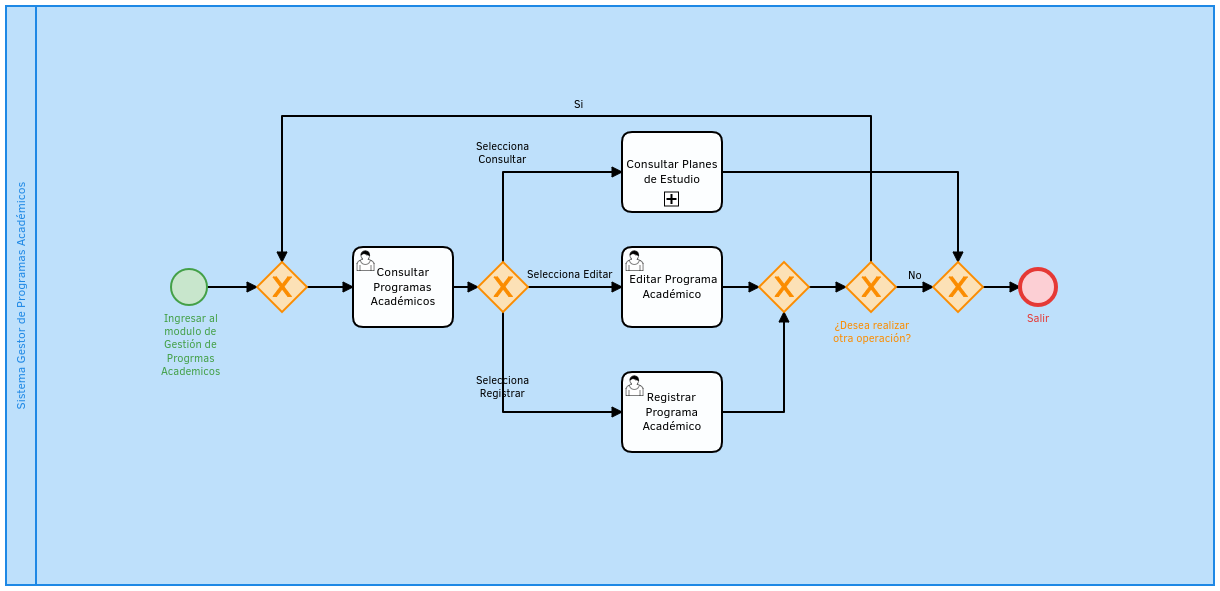
Before: Manual de Usuario/Jefe de Innovación Educatva/images/SP3/gestionPA.png, a diagram exported from BPMN (SoftwareEngineerESCOM/IngSof). Its source is kept beside it as Manual de Usuario/Jefe de Innovación Educatva/images/SP3/gestionPA.bpmn. Ids are renumbered.
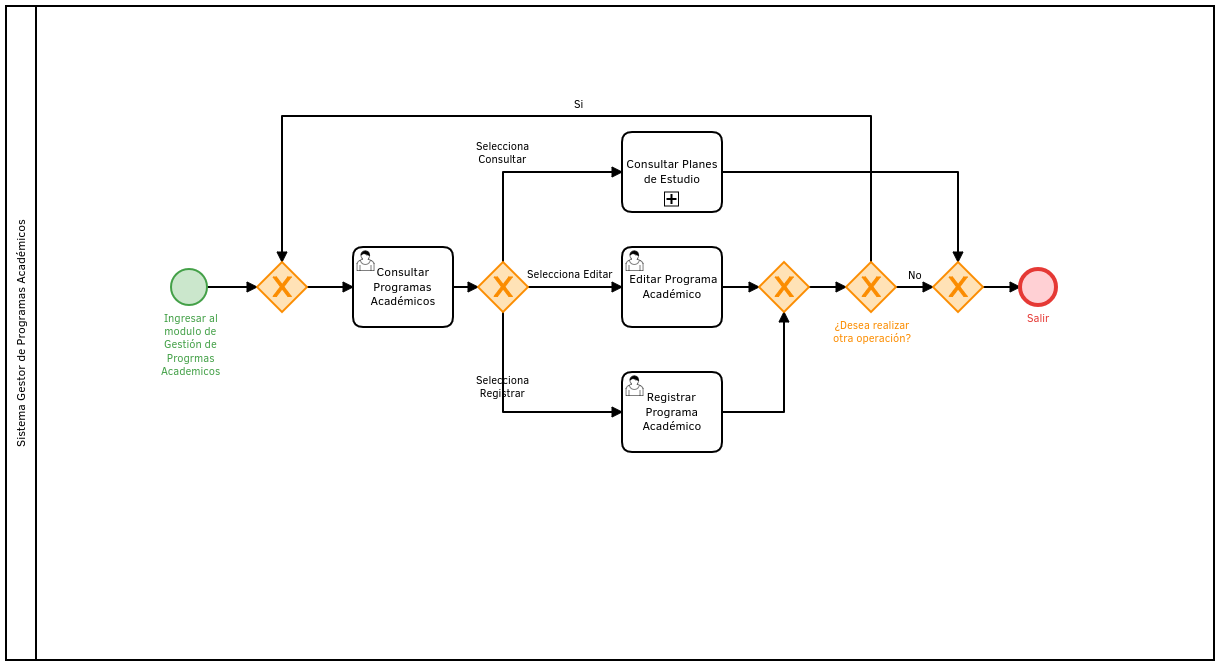
After the commit.

The edit, as a diff of the source:
```diff
@@ -3,24 +3,54 @@
     <bpmn:participant id="Participant_n3" name="Sistema Gestor de Programas Académicos" processRef="Process_1" />
   </bpmn:collaboration>
   <bpmn:process id="Process_1" isExecutable="true">
-    <bpmn:startEvent id="StartEvent_1" name="Ingresar al modulo de Gestión de Progrmas Academicos">
-      <bpmn:outgoing>SequenceFlow_n4</bpmn:outgoing>
-    </bpmn:startEvent>
+    <bpmn:exclusiveGateway id="ExclusiveGateway_n26">
+      <bpmn:incoming>SequenceFlow_n19</bpmn:incoming>
+      <bpmn:incoming>SequenceFlow_n21</bpmn:incoming>
+      <bpmn:outgoing>SequenceFlow_n23</bpmn:outgoing>
+    </bpmn:exclusiveGateway>
+    <bpmn:exclusiveGateway id="ExclusiveGateway_n25">
+      <bpmn:incoming>SequenceFlow_n20</bpmn:incoming>
+      <bpmn:incoming>SequenceFlow_n24</bpmn:incoming>
+      <bpmn:outgoing>SequenceFlow_n18</bpmn:outgoing>
+    </bpmn:exclusiveGateway>
+    <bpmn:userTask id="Task_n15" name=" Editar Programa Académico">
+      <bpmn:incoming>SequenceFlow_n10</bpmn:incoming>
+      <bpmn:outgoing>SequenceFlow_n24</bpmn:outgoing>
+    </bpmn:userTask>
+    <bpmn:endEvent id="EndEvent_n22" name="Salir">
+      <bpmn:incoming>SequenceFlow_n23</bpmn:incoming>
+    </bpmn:endEvent>
+    <bpmn:subProcess id="Task_n16" name="Consultar Planes de Estudio">
+      <bpmn:incoming>SequenceFlow_n9</bpmn:incoming>
+      <bpmn:outgoing>SequenceFlow_n21</bpmn:outgoing>
+    </bpmn:subProcess>
+    <bpmn:userTask id="Task_n14" name="Registrar Programa Académico">
+      <bpmn:incoming>SequenceFlow_n11</bpmn:incoming>
+      <bpmn:outgoing>SequenceFlow_n20</bpmn:outgoing>
+    </bpmn:userTask>
+    <bpmn:exclusiveGateway id="ExclusiveGateway_n17" name="¿Desea realizar&#10;otra operación?">
+      <bpmn:incoming>SequenceFlow_n18</bpmn:incoming>
+      <bpmn:outgoing>SequenceFlow_n13</bpmn:outgoing>
+      <bpmn:outgoing>SequenceFlow_n19</bpmn:outgoing>
+    </bpmn:exclusiveGateway>
+    <bpmn:exclusiveGateway id="ExclusiveGateway_n12">
+      <bpmn:incoming>SequenceFlow_n4</bpmn:incoming>
+      <bpmn:incoming>SequenceFlow_n13</bpmn:incoming>
+      <bpmn:outgoing>SequenceFlow_n6</bpmn:outgoing>
+    </bpmn:exclusiveGateway>
+    <bpmn:exclusiveGateway id="ExclusiveGateway_n8">
+      <bpmn:incoming>SequenceFlow_n7</bpmn:incoming>
+      <bpmn:outgoing>SequenceFlow_n11</bpmn:outgoing>
+      <bpmn:outgoing>SequenceFlow_n10</bpmn:outgoing>
+      <bpmn:outgoing>SequenceFlow_n9</bpmn:outgoing>
+    </bpmn:exclusiveGateway>
     <bpmn:userTask id="Task_n5" name="Consultar&#10;Programas Académicos">
       <bpmn:incoming>SequenceFlow_n6</bpmn:incoming>
       <bpmn:outgoing>SequenceFlow_n7</bpmn:outgoing>
     </bpmn:userTask>
-    <bpmn:exclusiveGateway id="ExclusiveGateway_n8">
-      <bpmn:incoming>SequenceFlow_n7</bpmn:incoming>
-      <bpmn:outgoing>SequenceFlow_n9</bpmn:outgoing>
-      <bpmn:outgoing>SequenceFlow_n10</bpmn:outgoing>
-      <bpmn:outgoing>SequenceFlow_n11</bpmn:outgoing>
-    </bpmn:exclusiveGateway>
-    <bpmn:exclusiveGateway id="ExclusiveGateway_n12">
-      <bpmn:incoming>SequenceFlow_n13</bpmn:incoming>
-      <bpmn:incoming>SequenceFlow_n4</bpmn:incoming>
-      <bpmn:outgoing>SequenceFlow_n6</bpmn:outgoing>
-    </bpmn:exclusiveGateway>
+    <bpmn:startEvent id="StartEvent_1" name="Ingresar al modulo de Gestión de Progrmas Academicos">
+      <bpmn:outgoing>SequenceFlow_n4</bpmn:outgoing>
+    </bpmn:startEvent>
     <bpmn:sequenceFlow id="SequenceFlow_n6" sourceRef="ExclusiveGateway_n12" targetRef="Task_n5" />
     <bpmn:sequenceFlow id="SequenceFlow_n7" sourceRef="Task_n5" targetRef="ExclusiveGateway_n8" />
     <bpmn:sequenceFlow id="SequenceFlow_n11" name="Selecciona Registrar" sourceRef="ExclusiveGateway_n8" targetRef="Task_n14" />
@@ -28,36 +58,6 @@
     <bpmn:sequenceFlow id="SequenceFlow_n9" name="Selecciona Consultar" sourceRef="ExclusiveGateway_n8" targetRef="Task_n16" />
     <bpmn:sequenceFlow id="SequenceFlow_n4" sourceRef="StartEvent_1" targetRef="ExclusiveGateway_n12" />
     <bpmn:sequenceFlow id="SequenceFlow_n13" name="Si" sourceRef="ExclusiveGateway_n17" targetRef="ExclusiveGateway_n12" />
-    <bpmn:exclusiveGateway id="ExclusiveGateway_n17" name="¿Desea realizar&#10;otra operación?">
-      <bpmn:incoming>SequenceFlow_n18</bpmn:incoming>
-      <bpmn:outgoing>SequenceFlow_n13</bpmn:outgoing>
-      <bpmn:outgoing>SequenceFlow_n19</bpmn:outgoing>
-    </bpmn:exclusiveGateway>
-    <bpmn:userTask id="Task_n14" name="Registrar Programa Académico">
-      <bpmn:incoming>SequenceFlow_n11</bpmn:incoming>
-      <bpmn:outgoing>SequenceFlow_n20</bpmn:outgoing>
-    </bpmn:userTask>
-    <bpmn:subProcess id="Task_n16" name="Consultar Planes de Estudio">
-      <bpmn:incoming>SequenceFlow_n9</bpmn:incoming>
-      <bpmn:outgoing>SequenceFlow_n21</bpmn:outgoing>
-    </bpmn:subProcess>
-    <bpmn:endEvent id="EndEvent_n22" name="Salir">
-      <bpmn:incoming>SequenceFlow_n23</bpmn:incoming>
-    </bpmn:endEvent>
-    <bpmn:userTask id="Task_n15" name=" Editar Programa Académico">
-      <bpmn:incoming>SequenceFlow_n10</bpmn:incoming>
-      <bpmn:outgoing>SequenceFlow_n24</bpmn:outgoing>
-    </bpmn:userTask>
-    <bpmn:exclusiveGateway id="ExclusiveGateway_n25">
-      <bpmn:incoming>SequenceFlow_n24</bpmn:incoming>
-      <bpmn:incoming>SequenceFlow_n20</bpmn:incoming>
-      <bpmn:outgoing>SequenceFlow_n18</bpmn:outgoing>
-    </bpmn:exclusiveGateway>
-    <bpmn:exclusiveGateway id="ExclusiveGateway_n26">
-      <bpmn:incoming>SequenceFlow_n19</bpmn:incoming>
-      <bpmn:incoming>SequenceFlow_n21</bpmn:incoming>
-      <bpmn:outgoing>SequenceFlow_n23</bpmn:outgoing>
-    </bpmn:exclusiveGateway>
     <bpmn:sequenceFlow id="SequenceFlow_n18" sourceRef="ExclusiveGateway_n25" targetRef="ExclusiveGateway_n17" />
     <bpmn:sequenceFlow id="SequenceFlow_n19" name="No" sourceRef="ExclusiveGateway_n17" targetRef="ExclusiveGateway_n26" />
     <bpmn:sequenceFlow id="SequenceFlow_n20" sourceRef="Task_n14" targetRef="ExclusiveGateway_n25" />
@@ -67,28 +67,26 @@
   </bpmn:process>
   <bpmndi:BPMNDiagram id="BPMNDiagram_1">
     <bpmndi:BPMNPlane id="BPMNPlane_1" bpmnElement="Collaboration_n2">
-      <bpmndi:BPMNShape id="Participant_n3_di" bpmnElement="Participant_n3" bioc:stroke="#1E88E5" bioc:fill="#BBDEFB">
-        <dc:Bounds x="106" y="-156" width="1208" height="579" />
+      <bpmndi:BPMNShape id="Participant_n3_di" bpmnElement="Participant_n3">
+        <dc:Bounds x="106" y="-156" width="1208" height="654" />
       </bpmndi:BPMNShape>
-      <bpmndi:BPMNShape id="_BPMNShape_StartEvent_2" bpmnElement="StartEvent_1" bioc:stroke="#43A047" bioc:fill="#C8E6C9">
-        <dc:Bounds x="271" y="107" width="36" height="36" />
-        <bpmndi:BPMNLabel>
-          <dc:Bounds x="261" y="150" width="59" height="66" />
-        </bpmndi:BPMNLabel>
+      <bpmndi:BPMNShape id="ExclusiveGateway_0mjspwx_di" bpmnElement="ExclusiveGateway_n26" isMarkerVisible="true" bioc:stroke="#FB8C00" bioc:fill="#FFE0B2">
+        <dc:Bounds x="1033" y="100" width="50" height="50" />
       </bpmndi:BPMNShape>
-      <bpmndi:BPMNEdge id="SequenceFlow_n9_di" bpmnElement="SequenceFlow_n9">
-        <di:waypoint x="603" y="100" />
-        <di:waypoint x="603" y="10" />
-        <di:waypoint x="722" y="10" />
-        <bpmndi:BPMNLabel>
-          <dc:Bounds x="576" y="-21.999999999999943" width="54" height="27" />
-        </bpmndi:BPMNLabel>
-      </bpmndi:BPMNEdge>
-      <bpmndi:BPMNShape id="UserTask_1a315aq_di" bpmnElement="Task_n5">
-        <dc:Bounds x="453" y="85" width="100" height="80" />
+      <bpmndi:BPMNShape id="ExclusiveGateway_0yk9aiy_di" bpmnElement="ExclusiveGateway_n25" isMarkerVisible="true" bioc:stroke="#FB8C00" bioc:fill="#FFE0B2">
+        <dc:Bounds x="859" y="100" width="50" height="50" />
       </bpmndi:BPMNShape>
       <bpmndi:BPMNShape id="UserTask_0ur3yv6_di" bpmnElement="Task_n15">
         <dc:Bounds x="722" y="85" width="100" height="80" />
+      </bpmndi:BPMNShape>
+      <bpmndi:BPMNShape id="EndEvent_n22_di" bpmnElement="EndEvent_n22" bioc:stroke="#E53935" bioc:fill="#FFCDD2">
+        <dc:Bounds x="1120" y="107" width="36" height="36" />
+        <bpmndi:BPMNLabel>
+          <dc:Bounds x="1127" y="150" width="24" height="14" />
+        </bpmndi:BPMNLabel>
+      </bpmndi:BPMNShape>
+      <bpmndi:BPMNShape id="SubProcess_1g9wywk_di" bpmnElement="Task_n16">
+        <dc:Bounds x="722" y="-30" width="100" height="80" />
       </bpmndi:BPMNShape>
       <bpmndi:BPMNShape id="UserTask_1x11um0_di" bpmnElement="Task_n14">
         <dc:Bounds x="722" y="210" width="100" height="80" />
@@ -99,6 +97,52 @@
           <dc:Bounds x="933" y="157" width="79" height="27" />
         </bpmndi:BPMNLabel>
       </bpmndi:BPMNShape>
+      <bpmndi:BPMNShape id="ExclusiveGateway_1ohlcmb_di" bpmnElement="ExclusiveGateway_n12" isMarkerVisible="true" bioc:stroke="#FB8C00" bioc:fill="#FFE0B2">
+        <dc:Bounds x="357" y="100" width="50" height="50" />
+      </bpmndi:BPMNShape>
+      <bpmndi:BPMNShape id="ExclusiveGateway_1ocyh20_di" bpmnElement="ExclusiveGateway_n8" isMarkerVisible="true" bioc:stroke="#FB8C00" bioc:fill="#FFE0B2">
+        <dc:Bounds x="578" y="100" width="50" height="50" />
+      </bpmndi:BPMNShape>
+      <bpmndi:BPMNShape id="UserTask_1a315aq_di" bpmnElement="Task_n5">
+        <dc:Bounds x="453" y="85" width="100" height="80" />
+      </bpmndi:BPMNShape>
+      <bpmndi:BPMNShape id="_BPMNShape_StartEvent_2" bpmnElement="StartEvent_1" bioc:stroke="#43A047" bioc:fill="#C8E6C9">
+        <dc:Bounds x="271" y="107" width="36" height="36" />
+        <bpmndi:BPMNLabel>
+          <dc:Bounds x="261" y="150" width="59" height="66" />
+        </bpmndi:BPMNLabel>
+      </bpmndi:BPMNShape>
+      <bpmndi:BPMNEdge id="SequenceFlow_n6_di" bpmnElement="SequenceFlow_n6">
+        <di:waypoint x="407" y="125" />
+        <di:waypoint x="453" y="125" />
+      </bpmndi:BPMNEdge>
+      <bpmndi:BPMNEdge id="SequenceFlow_n7_di" bpmnElement="SequenceFlow_n7">
+        <di:waypoint x="553" y="125" />
+        <di:waypoint x="578" y="125" />
+      </bpmndi:BPMNEdge>
+      <bpmndi:BPMNEdge id="SequenceFlow_n11_di" bpmnElement="SequenceFlow_n11">
+        <di:waypoint x="603" y="150" />
+        <di:waypoint x="603" y="250" />
+        <di:waypoint x="722" y="250" />
+        <bpmndi:BPMNLabel>
+          <dc:Bounds x="576" y="212" width="54" height="27" />
+        </bpmndi:BPMNLabel>
+      </bpmndi:BPMNEdge>
+      <bpmndi:BPMNEdge id="SequenceFlow_n10_di" bpmnElement="SequenceFlow_n10">
+        <di:waypoint x="628" y="125" />
+        <di:waypoint x="722" y="125" />
+        <bpmndi:BPMNLabel>
+          <dc:Bounds x="627" y="106" width="87" height="14" />
+        </bpmndi:BPMNLabel>
+      </bpmndi:BPMNEdge>
+      <bpmndi:BPMNEdge id="SequenceFlow_n9_di" bpmnElement="SequenceFlow_n9">
+        <di:waypoint x="603" y="100" />
+        <di:waypoint x="603" y="10" />
+        <di:waypoint x="722" y="10" />
+        <bpmndi:BPMNLabel>
+          <dc:Bounds x="576" y="-22" width="54" height="27" />
+        </bpmndi:BPMNLabel>
+      </bpmndi:BPMNEdge>
       <bpmndi:BPMNEdge id="SequenceFlow_n4_di" bpmnElement="SequenceFlow_n4">
         <di:waypoint x="307" y="125" />
         <di:waypoint x="357" y="125" />
@@ -112,48 +156,10 @@
           <dc:Bounds x="674" y="-64" width="9" height="14" />
         </bpmndi:BPMNLabel>
       </bpmndi:BPMNEdge>
-      <bpmndi:BPMNEdge id="SequenceFlow_n10_di" bpmnElement="SequenceFlow_n10">
-        <di:waypoint x="628" y="125" />
-        <di:waypoint x="722" y="125" />
-        <bpmndi:BPMNLabel>
-          <dc:Bounds x="627" y="106" width="87" height="14" />
-        </bpmndi:BPMNLabel>
-      </bpmndi:BPMNEdge>
-      <bpmndi:BPMNEdge id="SequenceFlow_n11_di" bpmnElement="SequenceFlow_n11">
-        <di:waypoint x="603" y="150" />
-        <di:waypoint x="603" y="250" />
-        <di:waypoint x="722" y="250" />
-        <bpmndi:BPMNLabel>
-          <dc:Bounds x="576" y="212" width="54" height="27" />
-        </bpmndi:BPMNLabel>
-      </bpmndi:BPMNEdge>
-      <bpmndi:BPMNEdge id="SequenceFlow_n24_di" bpmnElement="SequenceFlow_n24">
-        <di:waypoint x="822" y="125" />
-        <di:waypoint x="859" y="125" />
-      </bpmndi:BPMNEdge>
-      <bpmndi:BPMNEdge id="SequenceFlow_n20_di" bpmnElement="SequenceFlow_n20">
-        <di:waypoint x="822" y="250" />
-        <di:waypoint x="884" y="250" />
-        <di:waypoint x="884" y="150" />
-      </bpmndi:BPMNEdge>
       <bpmndi:BPMNEdge id="SequenceFlow_n18_di" bpmnElement="SequenceFlow_n18">
         <di:waypoint x="909" y="125" />
         <di:waypoint x="946" y="125" />
       </bpmndi:BPMNEdge>
-      <bpmndi:BPMNEdge id="SequenceFlow_n7_di" bpmnElement="SequenceFlow_n7">
-        <di:waypoint x="553" y="125" />
-        <di:waypoint x="578" y="125" />
-      </bpmndi:BPMNEdge>
-      <bpmndi:BPMNEdge id="SequenceFlow_n6_di" bpmnElement="SequenceFlow_n6">
-        <di:waypoint x="407" y="125" />
-        <di:waypoint x="453" y="125" />
-      </bpmndi:BPMNEdge>
-      <bpmndi:BPMNShape id="ExclusiveGateway_1ocyh20_di" bpmnElement="ExclusiveGateway_n8" isMarkerVisible="true" bioc:stroke="#FB8C00" bioc:fill="#FFE0B2">
-        <dc:Bounds x="578" y="100" width="50" height="50" />
-      </bpmndi:BPMNShape>
-      <bpmndi:BPMNShape id="SubProcess_1g9wywk_di" bpmnElement="Task_n16">
-        <dc:Bounds x="722" y="-30" width="100" height="80" />
-      </bpmndi:BPMNShape>
       <bpmndi:BPMNEdge id="SequenceFlow_n19_di" bpmnElement="SequenceFlow_n19">
         <di:waypoint x="996" y="125" />
         <di:waypoint x="1033" y="125" />
@@ -161,30 +167,24 @@
           <dc:Bounds x="1008" y="107" width="14" height="14" />
         </bpmndi:BPMNLabel>
       </bpmndi:BPMNEdge>
-      <bpmndi:BPMNShape id="EndEvent_n22_di" bpmnElement="EndEvent_n22" bioc:stroke="#E53935" bioc:fill="#FFCDD2">
-        <dc:Bounds x="1120" y="107" width="36" height="36" />
-        <bpmndi:BPMNLabel>
-          <dc:Bounds x="1127" y="150" width="24" height="14" />
-        </bpmndi:BPMNLabel>
-      </bpmndi:BPMNShape>
-      <bpmndi:BPMNEdge id="SequenceFlow_n23_di" bpmnElement="SequenceFlow_n23">
-        <di:waypoint x="1083" y="125" />
-        <di:waypoint x="1120" y="125" />
+      <bpmndi:BPMNEdge id="SequenceFlow_n20_di" bpmnElement="SequenceFlow_n20">
+        <di:waypoint x="822" y="250" />
+        <di:waypoint x="884" y="250" />
+        <di:waypoint x="884" y="150" />
       </bpmndi:BPMNEdge>
       <bpmndi:BPMNEdge id="SequenceFlow_n21_di" bpmnElement="SequenceFlow_n21">
         <di:waypoint x="822" y="10" />
         <di:waypoint x="1058" y="10" />
         <di:waypoint x="1058" y="100" />
       </bpmndi:BPMNEdge>
-      <bpmndi:BPMNShape id="ExclusiveGateway_0yk9aiy_di" bpmnElement="ExclusiveGateway_n25" isMarkerVisible="true" bioc:stroke="#FB8C00" bioc:fill="#FFE0B2">
-        <dc:Bounds x="859" y="100" width="50" height="50" />
-      </bpmndi:BPMNShape>
-      <bpmndi:BPMNShape id="ExclusiveGateway_0mjspwx_di" bpmnElement="ExclusiveGateway_n26" isMarkerVisible="true" bioc:stroke="#FB8C00" bioc:fill="#FFE0B2">
-        <dc:Bounds x="1033" y="100" width="50" height="50" />
-      </bpmndi:BPMNShape>
-      <bpmndi:BPMNShape id="ExclusiveGateway_1ohlcmb_di" bpmnElement="ExclusiveGateway_n12" isMarkerVisible="true" bioc:stroke="#FB8C00" bioc:fill="#FFE0B2">
-        <dc:Bounds x="357" y="100" width="50" height="50" />
-      </bpmndi:BPMNShape>
+      <bpmndi:BPMNEdge id="SequenceFlow_n23_di" bpmnElement="SequenceFlow_n23">
+        <di:waypoint x="1083" y="125" />
+        <di:waypoint x="1120" y="125" />
+      </bpmndi:BPMNEdge>
+      <bpmndi:BPMNEdge id="SequenceFlow_n24_di" bpmnElement="SequenceFlow_n24">
+        <di:waypoint x="822" y="125" />
+        <di:waypoint x="859" y="125" />
+      </bpmndi:BPMNEdge>
     </bpmndi:BPMNPlane>
   </bpmndi:BPMNDiagram>
 </bpmn:definitions>
```
